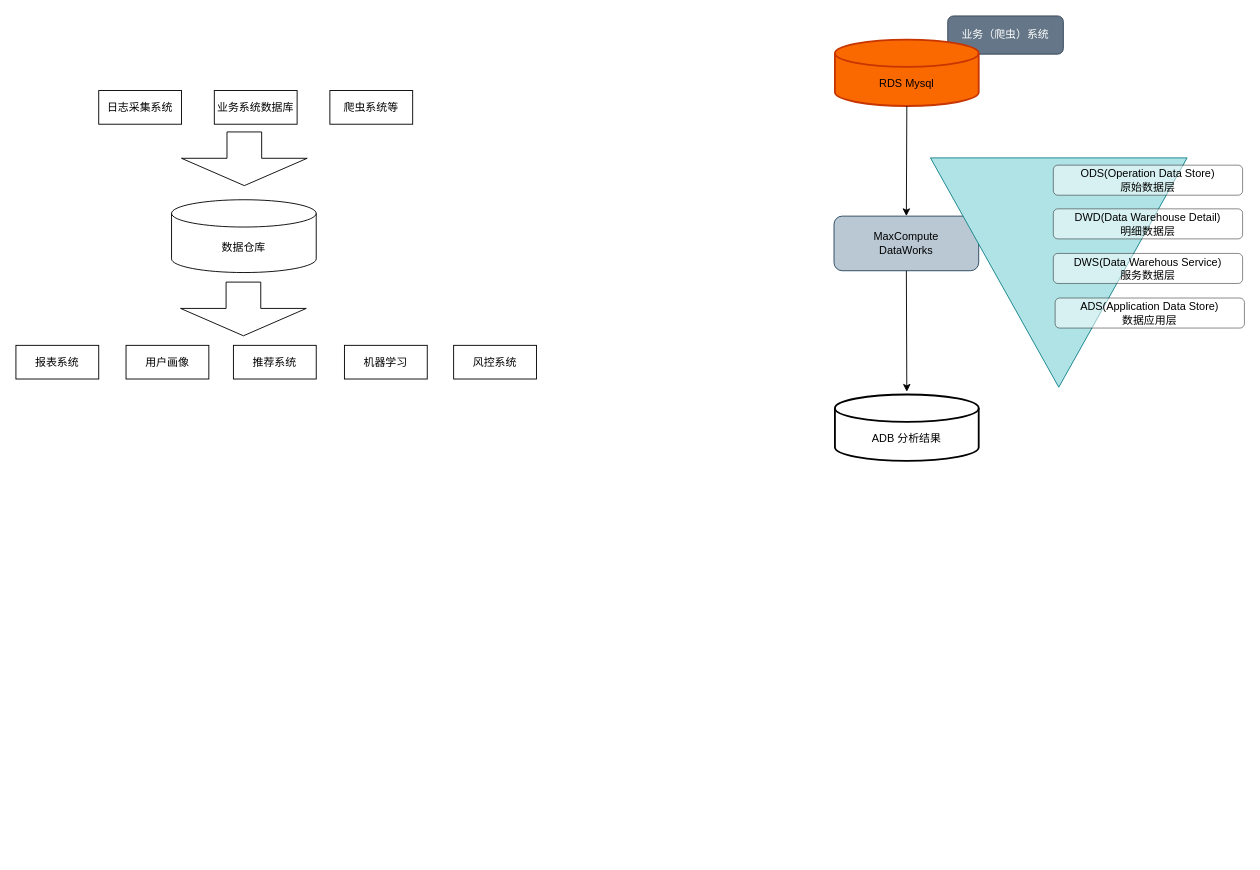
Earlier version of the draw.io diagram blog/data_store.drawio (began-zhao/studydraw). Source tidied: cells renumbered, new cells numbered last; positions are measured from the earlier drawing's top-left corner, leaving out a move shared by most shapes. Both pictures are drawn from the tidied source at 91%, with x=0, y=0 at pixel (15, 15).
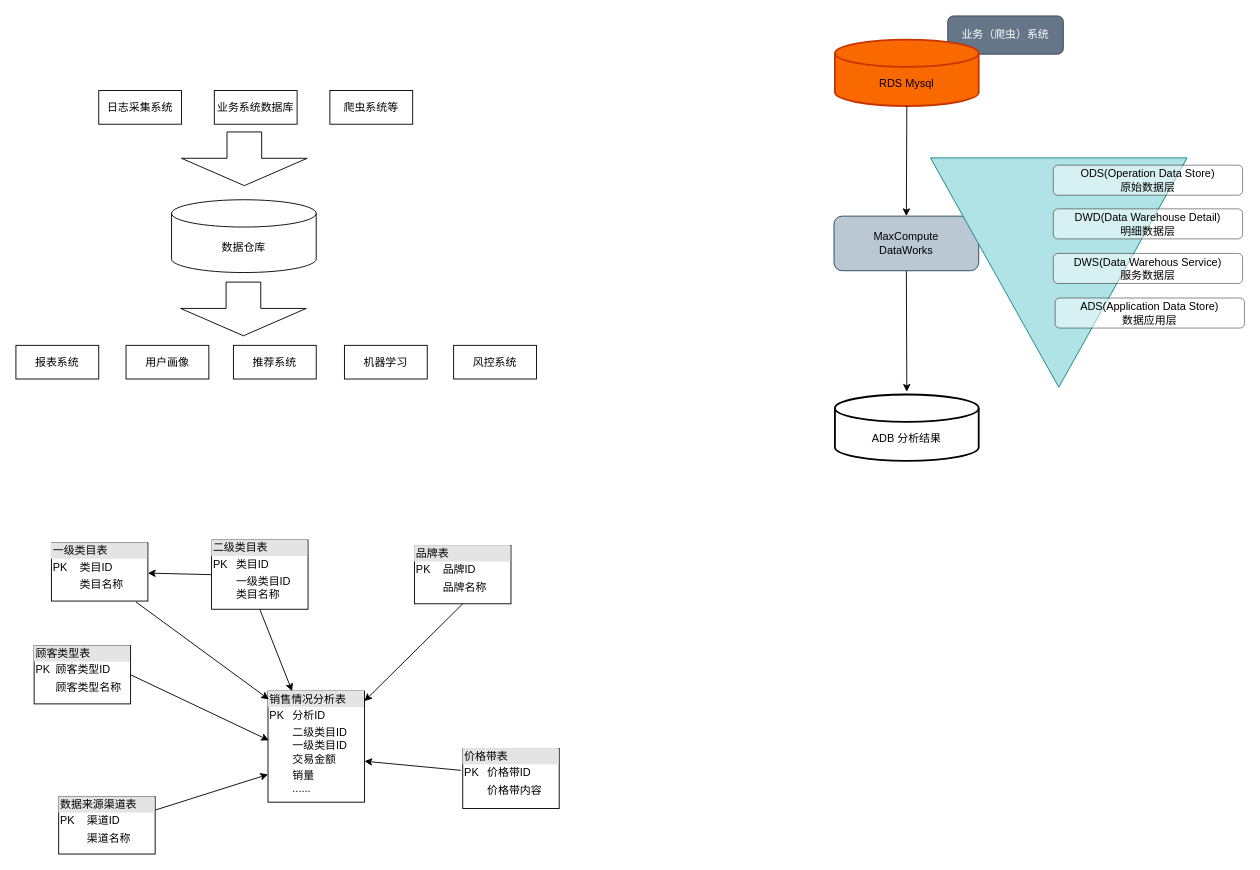
The same page after the edit.

What changed in the source:
```diff
@@
+    <mxCell id="24" value="&lt;div style=&quot;box-sizing:border-box;width:100%;background:#e4e4e4;padding:2px;&quot;&gt;销售情况分析表&lt;/div&gt;&lt;table style=&quot;width:100%;font-size:1em;&quot; cellpadding=&quot;2&quot; cellspacing=&quot;0&quot;&gt;&lt;tbody&gt;&lt;tr&gt;&lt;td&gt;PK&lt;/td&gt;&lt;td&gt;分析ID&lt;/td&gt;&lt;/tr&gt;&lt;tr&gt;&lt;td&gt;&lt;br&gt;&lt;/td&gt;&lt;td&gt;二级类目ID&lt;br&gt;一级类目ID&lt;br&gt;交易金额&lt;/td&gt;&lt;/tr&gt;&lt;tr&gt;&lt;td&gt;&lt;/td&gt;&lt;td&gt;销量&lt;br&gt;......&lt;/td&gt;&lt;/tr&gt;&lt;/tbody&gt;&lt;/table&gt;" style="verticalAlign=top;align=left;overflow=fill;html=1;whiteSpace=wrap;" parent="1" vertex="1">
+      <mxGeometry x="277" y="742" width="106" height="122" as="geometry" />
+    </mxCell>
+    <mxCell id="25" value="&lt;div style=&quot;box-sizing:border-box;width:100%;background:#e4e4e4;padding:2px;&quot;&gt;顾客类型表&lt;/div&gt;&lt;table style=&quot;width:100%;font-size:1em;&quot; cellpadding=&quot;2&quot; cellspacing=&quot;0&quot;&gt;&lt;tbody&gt;&lt;tr&gt;&lt;td&gt;PK&lt;/td&gt;&lt;td&gt;顾客类型ID&lt;/td&gt;&lt;/tr&gt;&lt;tr&gt;&lt;td&gt;&lt;br&gt;&lt;/td&gt;&lt;td&gt;顾客类型名称&lt;/td&gt;&lt;/tr&gt;&lt;tr&gt;&lt;td&gt;&lt;/td&gt;&lt;td&gt;&lt;br&gt;&lt;/td&gt;&lt;/tr&gt;&lt;/tbody&gt;&lt;/table&gt;" style="verticalAlign=top;align=left;overflow=fill;html=1;whiteSpace=wrap;" parent="1" vertex="1">
+      <mxGeometry x="20" y="692" width="106" height="64" as="geometry" />
+    </mxCell>
+    <mxCell id="26" value="&lt;div style=&quot;box-sizing:border-box;width:100%;background:#e4e4e4;padding:2px;&quot;&gt;二级类目表&lt;/div&gt;&lt;table style=&quot;width:100%;font-size:1em;&quot; cellpadding=&quot;2&quot; cellspacing=&quot;0&quot;&gt;&lt;tbody&gt;&lt;tr&gt;&lt;td&gt;PK&lt;/td&gt;&lt;td&gt;类目ID&lt;/td&gt;&lt;/tr&gt;&lt;tr&gt;&lt;td&gt;&lt;br&gt;&lt;/td&gt;&lt;td&gt;一级类目ID&lt;br&gt;类目名称&lt;/td&gt;&lt;/tr&gt;&lt;tr&gt;&lt;td&gt;&lt;/td&gt;&lt;td&gt;&lt;br&gt;&lt;/td&gt;&lt;/tr&gt;&lt;/tbody&gt;&lt;/table&gt;" style="verticalAlign=top;align=left;overflow=fill;html=1;whiteSpace=wrap;" parent="1" vertex="1">
+      <mxGeometry x="215" y="576" width="106" height="76" as="geometry" />
+    </mxCell>
+    <mxCell id="27" value="&lt;div style=&quot;box-sizing:border-box;width:100%;background:#e4e4e4;padding:2px;&quot;&gt;品牌表&lt;/div&gt;&lt;table style=&quot;width:100%;font-size:1em;&quot; cellpadding=&quot;2&quot; cellspacing=&quot;0&quot;&gt;&lt;tbody&gt;&lt;tr&gt;&lt;td&gt;PK&lt;/td&gt;&lt;td&gt;品牌ID&lt;/td&gt;&lt;/tr&gt;&lt;tr&gt;&lt;td&gt;&lt;br&gt;&lt;/td&gt;&lt;td&gt;品牌名称&lt;/td&gt;&lt;/tr&gt;&lt;tr&gt;&lt;td&gt;&lt;/td&gt;&lt;td&gt;&lt;br&gt;&lt;/td&gt;&lt;/tr&gt;&lt;/tbody&gt;&lt;/table&gt;" style="verticalAlign=top;align=left;overflow=fill;html=1;whiteSpace=wrap;" parent="1" vertex="1">
+      <mxGeometry x="438" y="582" width="106" height="64" as="geometry" />
+    </mxCell>
+    <mxCell id="28" value="&lt;div style=&quot;box-sizing:border-box;width:100%;background:#e4e4e4;padding:2px;&quot;&gt;数据来源渠道表&lt;/div&gt;&lt;table style=&quot;width:100%;font-size:1em;&quot; cellpadding=&quot;2&quot; cellspacing=&quot;0&quot;&gt;&lt;tbody&gt;&lt;tr&gt;&lt;td&gt;PK&lt;/td&gt;&lt;td&gt;渠道ID&lt;/td&gt;&lt;/tr&gt;&lt;tr&gt;&lt;td&gt;&lt;br&gt;&lt;/td&gt;&lt;td&gt;渠道名称&lt;/td&gt;&lt;/tr&gt;&lt;tr&gt;&lt;td&gt;&lt;/td&gt;&lt;td&gt;&lt;br&gt;&lt;/td&gt;&lt;/tr&gt;&lt;/tbody&gt;&lt;/table&gt;" style="verticalAlign=top;align=left;overflow=fill;html=1;whiteSpace=wrap;" parent="1" vertex="1">
+      <mxGeometry x="47" y="858" width="106" height="63" as="geometry" />
+    </mxCell>
+    <mxCell id="29" value="&lt;div style=&quot;box-sizing:border-box;width:100%;background:#e4e4e4;padding:2px;&quot;&gt;价格带表&lt;/div&gt;&lt;table style=&quot;width:100%;font-size:1em;&quot; cellpadding=&quot;2&quot; cellspacing=&quot;0&quot;&gt;&lt;tbody&gt;&lt;tr&gt;&lt;td&gt;PK&lt;/td&gt;&lt;td&gt;价格带ID&lt;/td&gt;&lt;/tr&gt;&lt;tr&gt;&lt;td&gt;&lt;br&gt;&lt;/td&gt;&lt;td&gt;价格带内容&lt;/td&gt;&lt;/tr&gt;&lt;tr&gt;&lt;td&gt;&lt;/td&gt;&lt;td&gt;&lt;br&gt;&lt;/td&gt;&lt;/tr&gt;&lt;/tbody&gt;&lt;/table&gt;" style="verticalAlign=top;align=left;overflow=fill;html=1;whiteSpace=wrap;" parent="1" vertex="1">
+      <mxGeometry x="491" y="805" width="106" height="66" as="geometry" />
+    </mxCell>
+    <mxCell id="30" value="&lt;div style=&quot;box-sizing:border-box;width:100%;background:#e4e4e4;padding:2px;&quot;&gt;一级类目表&lt;/div&gt;&lt;table style=&quot;width:100%;font-size:1em;&quot; cellpadding=&quot;2&quot; cellspacing=&quot;0&quot;&gt;&lt;tbody&gt;&lt;tr&gt;&lt;td&gt;PK&lt;/td&gt;&lt;td&gt;类目ID&lt;/td&gt;&lt;/tr&gt;&lt;tr&gt;&lt;td&gt;&lt;br&gt;&lt;/td&gt;&lt;td&gt;类目名称&lt;/td&gt;&lt;/tr&gt;&lt;tr&gt;&lt;td&gt;&lt;/td&gt;&lt;td&gt;&lt;br&gt;&lt;/td&gt;&lt;/tr&gt;&lt;/tbody&gt;&lt;/table&gt;" style="verticalAlign=top;align=left;overflow=fill;html=1;whiteSpace=wrap;" parent="1" vertex="1">
+      <mxGeometry x="39" y="579" width="106" height="64" as="geometry" />
+    </mxCell>
+    <mxCell id="31" style="endArrow=classic;html=1;rounded=0;exitX=0.5;exitY=1;exitDx=0;exitDy=0;entryX=1;entryY=0.09;entryDx=0;entryDy=0;entryPerimeter=0;" parent="1" edge="1" source="27" target="24">
+      <mxGeometry relative="1" as="geometry" />
+    </mxCell>
+    <mxCell id="32" style="endArrow=classic;html=1;rounded=0;exitX=-0.019;exitY=0.364;exitDx=0;exitDy=0;entryX=1;entryY=0.631;entryDx=0;entryDy=0;entryPerimeter=0;exitPerimeter=0;" parent="1" edge="1" source="29" target="24">
+      <mxGeometry relative="1" as="geometry" />
+    </mxCell>
+    <mxCell id="33" style="endArrow=classic;html=1;rounded=0;entryX=0;entryY=0.75;entryDx=0;entryDy=0;" parent="1" edge="1" source="28" target="24">
+      <mxGeometry relative="1" as="geometry" />
+    </mxCell>
+    <mxCell id="34" style="endArrow=classic;html=1;rounded=0;entryX=0.009;entryY=0.443;entryDx=0;entryDy=0;exitX=1;exitY=0.5;exitDx=0;exitDy=0;entryPerimeter=0;" parent="1" edge="1" source="25" target="24">
+      <mxGeometry relative="1" as="geometry" />
+    </mxCell>
+    <mxCell id="35" style="endArrow=classic;html=1;rounded=0;entryX=0.25;entryY=0;entryDx=0;entryDy=0;exitX=0.5;exitY=1;exitDx=0;exitDy=0;" parent="1" edge="1" source="26" target="24">
+      <mxGeometry relative="1" as="geometry" />
+    </mxCell>
+    <mxCell id="36" style="endArrow=classic;html=1;rounded=0;entryX=0.009;entryY=0.074;entryDx=0;entryDy=0;exitX=0.877;exitY=1.016;exitDx=0;exitDy=0;exitPerimeter=0;entryPerimeter=0;" parent="1" edge="1" source="30" target="24">
+      <mxGeometry relative="1" as="geometry" />
+    </mxCell>
+    <mxCell id="37" style="endArrow=classic;html=1;rounded=0;exitX=0;exitY=0.5;exitDx=0;exitDy=0;" parent="1" edge="1" source="26" target="30">
+      <mxGeometry relative="1" as="geometry" />
+    </mxCell>
```
